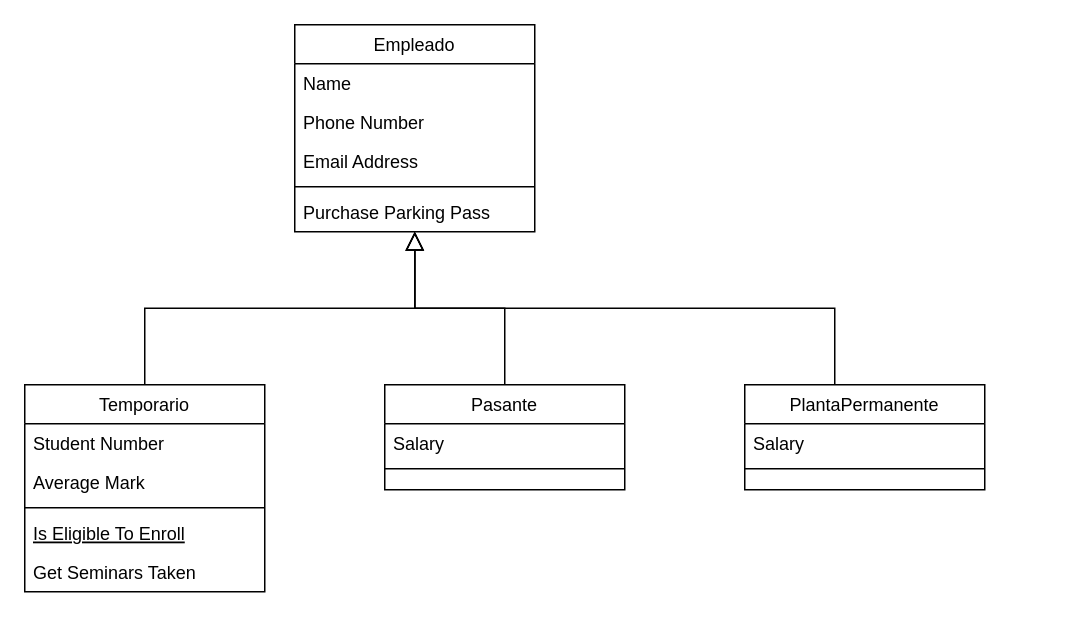
Above: unq-po2-TemplateMethod-sueldosRecargados.drawio in nhubczyk/Diagramas-UML (draw.io), before the change. Source tidied: cells renumbered, new cells numbered last; positions are measured from the earlier drawing's top-left corner, leaving out a move shared by most shapes. Both pictures are drawn from the tidied source at 150%, with x=0, y=0 at pixel (24, 24).
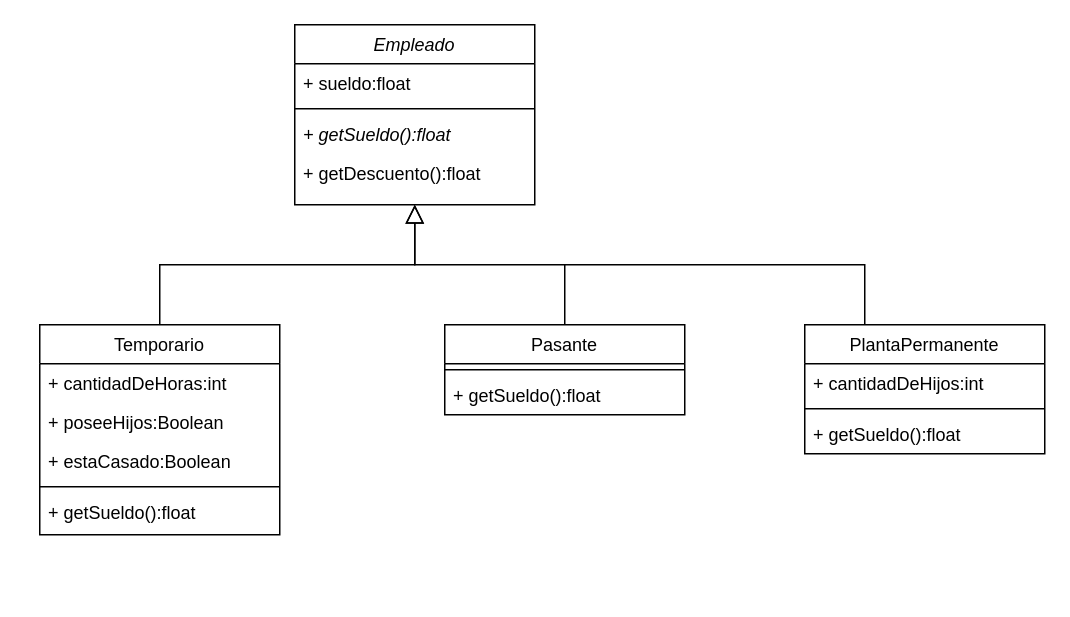
Above is the later version.

Change to the diagram source:
```diff
@@
-    <mxCell id="2" value="Empleado" style="swimlane;fontStyle=0;align=center;verticalAlign=top;horizontal=1;startSize=26;rounded=0;shadow=0;strokeWidth=1;" parent="1" vertex="1">
-      <mxGeometry x="180" width="160" height="138" as="geometry" />
+    <mxCell id="2" value="Empleado" style="swimlane;fontStyle=2;align=center;verticalAlign=top;horizontal=1;startSize=26;rounded=0;shadow=0;strokeWidth=1;" parent="1" vertex="1">
+      <mxGeometry x="180" width="160" height="120" as="geometry" />
     </mxCell>
-    <mxCell id="3" value="Name" style="text;align=left;verticalAlign=top;spacingLeft=4;spacingRight=4;overflow=hidden;" parent="2" vertex="1">
+    <mxCell id="3" value="+ sueldo:float" style="text;align=left;verticalAlign=top;spacingLeft=4;spacingRight=4;overflow=hidden;" parent="2" vertex="1">
       <mxGeometry y="26" width="160" height="26" as="geometry" />
     </mxCell>
-    <mxCell id="4" value="Phone Number" style="text;align=left;verticalAlign=top;spacingLeft=4;spacingRight=4;overflow=hidden;rounded=0;shadow=0;html=0;" parent="2" vertex="1">
-      <mxGeometry y="52" width="160" height="26" as="geometry" />
-    </mxCell>
-    <mxCell id="5" value="Email Address" style="text;align=left;verticalAlign=top;spacingLeft=4;spacingRight=4;overflow=hidden;rounded=0;shadow=0;html=0;" parent="2" vertex="1">
-      <mxGeometry y="78" width="160" height="26" as="geometry" />
-    </mxCell>
     <mxCell id="6" style="line;html=1;strokeWidth=1;align=left;verticalAlign=middle;spacingTop=-1;spacingLeft=3;spacingRight=3;labelPosition=right;" parent="2" vertex="1">
-      <mxGeometry y="104" width="160" height="8" as="geometry" />
+      <mxGeometry y="52" width="160" height="8" as="geometry" />
     </mxCell>
-    <mxCell id="7" value="Purchase Parking Pass" style="text;align=left;verticalAlign=top;spacingLeft=4;spacingRight=4;overflow=hidden;" parent="2" vertex="1">
-      <mxGeometry y="112" width="160" height="26" as="geometry" />
+    <mxCell id="7" value="+ getSueldo():float" style="text;align=left;verticalAlign=top;spacingLeft=4;spacingRight=4;overflow=hidden;fontStyle=2;" parent="2" vertex="1">
+      <mxGeometry y="60" width="160" height="26" as="geometry" />
     </mxCell>
+    <mxCell id="23" value="+ getDescuento():float" style="text;align=left;verticalAlign=top;spacingLeft=4;spacingRight=4;overflow=hidden;" parent="2" vertex="1">
+      <mxGeometry y="86" width="160" height="26" as="geometry" />
+    </mxCell>
     <mxCell id="8" value="Temporario" style="swimlane;fontStyle=0;align=center;verticalAlign=top;horizontal=1;startSize=26;rounded=0;shadow=0;strokeWidth=1;" parent="1" vertex="1">
-      <mxGeometry y="240" width="160" height="138" as="geometry" />
+      <mxGeometry x="10" y="200" width="160" height="140" as="geometry" />
     </mxCell>
-    <mxCell id="9" value="Student Number" style="text;align=left;verticalAlign=top;spacingLeft=4;spacingRight=4;overflow=hidden;" parent="8" vertex="1">
+    <mxCell id="9" value="+ cantidadDeHoras:int" style="text;align=left;verticalAlign=top;spacingLeft=4;spacingRight=4;overflow=hidden;" parent="8" vertex="1">
       <mxGeometry y="26" width="160" height="26" as="geometry" />
     </mxCell>
-    <mxCell id="10" value="Average Mark" style="text;align=left;verticalAlign=top;spacingLeft=4;spacingRight=4;overflow=hidden;rounded=0;shadow=0;html=0;" parent="8" vertex="1">
+    <mxCell id="10" value="+ poseeHijos:Boolean" style="text;align=left;verticalAlign=top;spacingLeft=4;spacingRight=4;overflow=hidden;rounded=0;shadow=0;html=0;" parent="8" vertex="1">
       <mxGeometry y="52" width="160" height="26" as="geometry" />
     </mxCell>
+    <mxCell id="24" value="+ estaCasado:Boolean" style="text;align=left;verticalAlign=top;spacingLeft=4;spacingRight=4;overflow=hidden;rounded=0;shadow=0;html=0;" parent="8" vertex="1">
+      <mxGeometry y="78" width="160" height="26" as="geometry" />
+    </mxCell>
     <mxCell id="11" style="line;html=1;strokeWidth=1;align=left;verticalAlign=middle;spacingTop=-1;spacingLeft=3;spacingRight=3;labelPosition=right;" parent="8" vertex="1">
-      <mxGeometry y="78" width="160" height="8" as="geometry" />
+      <mxGeometry y="104" width="160" height="8" as="geometry" />
     </mxCell>
-    <mxCell id="12" value="Is Eligible To Enroll" style="text;align=left;verticalAlign=top;spacingLeft=4;spacingRight=4;overflow=hidden;fontStyle=4;" parent="8" vertex="1">
-      <mxGeometry y="86" width="160" height="26" as="geometry" />
+    <mxCell id="12" value="+ getSueldo():float" style="text;align=left;verticalAlign=top;spacingLeft=4;spacingRight=4;overflow=hidden;fontStyle=0;" parent="8" vertex="1">
+      <mxGeometry y="112" width="160" height="26" as="geometry" />
     </mxCell>
-    <mxCell id="13" value="Get Seminars Taken" style="text;align=left;verticalAlign=top;spacingLeft=4;spacingRight=4;overflow=hidden;" parent="8" vertex="1">
-      <mxGeometry y="112" width="160" height="26" as="geometry" />
-    </mxCell>
@@
     <mxCell id="15" value="Pasante" style="swimlane;fontStyle=0;align=center;verticalAlign=top;horizontal=1;startSize=26;rounded=0;shadow=0;strokeWidth=1;" parent="1" vertex="1">
-      <mxGeometry x="240" y="240" width="160" height="70" as="geometry" />
+      <mxGeometry x="280" y="200" width="160" height="60" as="geometry" />
     </mxCell>
-    <mxCell id="16" value="Salary" style="text;align=left;verticalAlign=top;spacingLeft=4;spacingRight=4;overflow=hidden;" parent="15" vertex="1">
-      <mxGeometry y="26" width="160" height="26" as="geometry" />
-    </mxCell>
     <mxCell id="17" style="line;html=1;strokeWidth=1;align=left;verticalAlign=middle;spacingTop=-1;spacingLeft=3;spacingRight=3;labelPosition=right;" parent="15" vertex="1">
-      <mxGeometry y="52" width="160" height="8" as="geometry" />
+      <mxGeometry y="26" width="160" height="8" as="geometry" />
     </mxCell>
+    <mxCell id="25" value="+ getSueldo():float" style="text;align=left;verticalAlign=top;spacingLeft=4;spacingRight=4;overflow=hidden;fontStyle=0;" parent="15" vertex="1">
+      <mxGeometry y="34" width="160" height="26" as="geometry" />
+    </mxCell>
@@
     <mxCell id="19" value="PlantaPermanente" style="swimlane;fontStyle=0;align=center;verticalAlign=top;horizontal=1;startSize=26;rounded=0;shadow=0;strokeWidth=1;" parent="1" vertex="1">
-      <mxGeometry x="480" y="240" width="160" height="70" as="geometry" />
+      <mxGeometry x="520" y="200" width="160" height="86" as="geometry" />
     </mxCell>
-    <mxCell id="20" value="Salary" style="text;align=left;verticalAlign=top;spacingLeft=4;spacingRight=4;overflow=hidden;" parent="19" vertex="1">
+    <mxCell id="20" value="+ cantidadDeHijos:int" style="text;align=left;verticalAlign=top;spacingLeft=4;spacingRight=4;overflow=hidden;" parent="19" vertex="1">
       <mxGeometry y="26" width="160" height="26" as="geometry" />
     </mxCell>
@@
-    <mxCell id="22" style="endArrow=block;endSize=10;endFill=0;shadow=0;strokeWidth=1;rounded=0;edgeStyle=elbowEdgeStyle;elbow=vertical;" parent="1" edge="1">
-      <mxGeometry relative="1" as="geometry">
-        <mxPoint x="540" y="240" as="sourcePoint" />
-        <mxPoint x="260" y="138" as="targetPoint" />
-      </mxGeometry>
-    </mxCell>
+    <mxCell id="26" value="+ getSueldo():float" style="text;align=left;verticalAlign=top;spacingLeft=4;spacingRight=4;overflow=hidden;fontStyle=0;" parent="19" vertex="1">
+      <mxGeometry y="60" width="160" height="26" as="geometry" />
+    </mxCell>
+    <mxCell id="27" style="endArrow=none;html=1;edgeStyle=orthogonalEdgeStyle;rounded=0;entryX=0.25;entryY=0;entryDx=0;entryDy=0;" parent="1" edge="1" target="19">
+      <mxGeometry relative="1" as="geometry">
+        <mxPoint x="360" y="160" as="sourcePoint" />
+        <Array as="points">
+          <mxPoint x="440" y="160" />
+          <mxPoint x="560" y="160" />
+        </Array>
+      </mxGeometry>
+    </mxCell>
```
